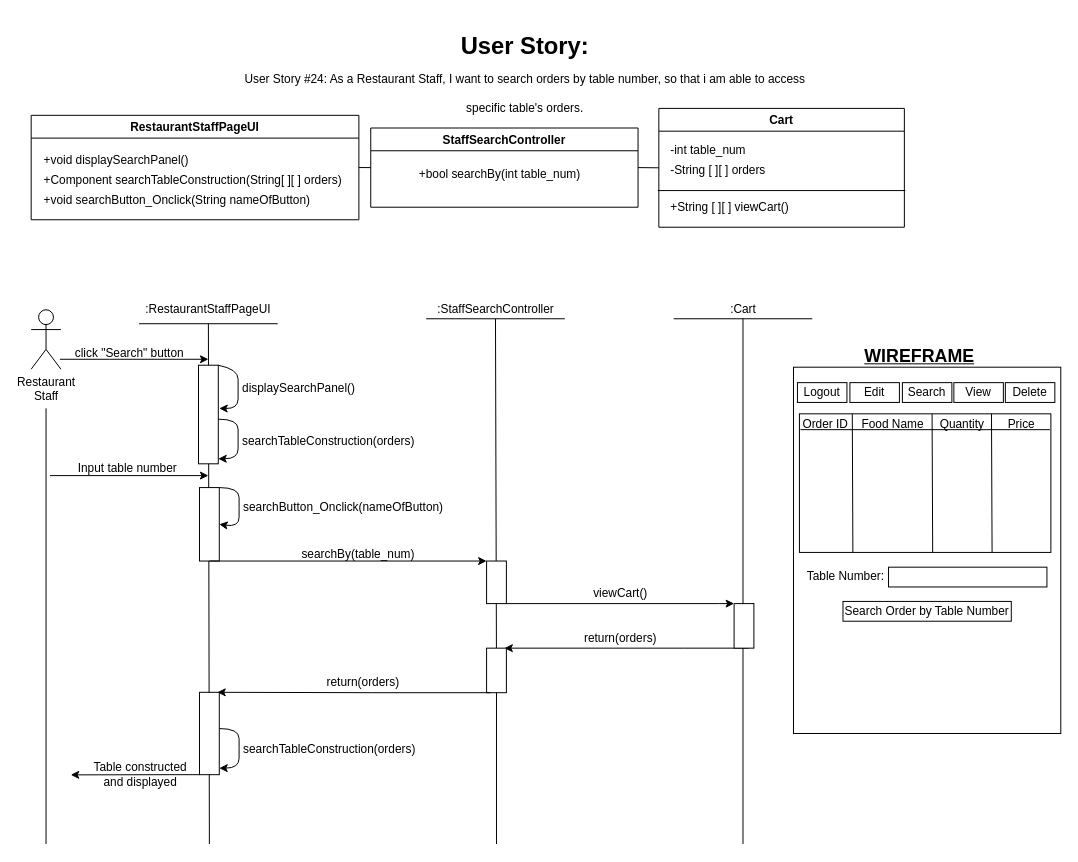
This is BCE_UML_and_Diagrams/RestaurantStaff/RestaurantStaff_Search/UserStory#24_RestaurantStaff_Search.drawio from extred5700/JAVAGUI-Restaurant-Table-Order-System, a draw.io file, before an edit. Source tidied: cells renumbered, new cells numbered last; positions are measured from the earlier drawing's top-left corner, leaving out a move shared by most shapes. Both pictures are drawn from the tidied source at 99%, with x=0, y=0 at pixel (31, 27).
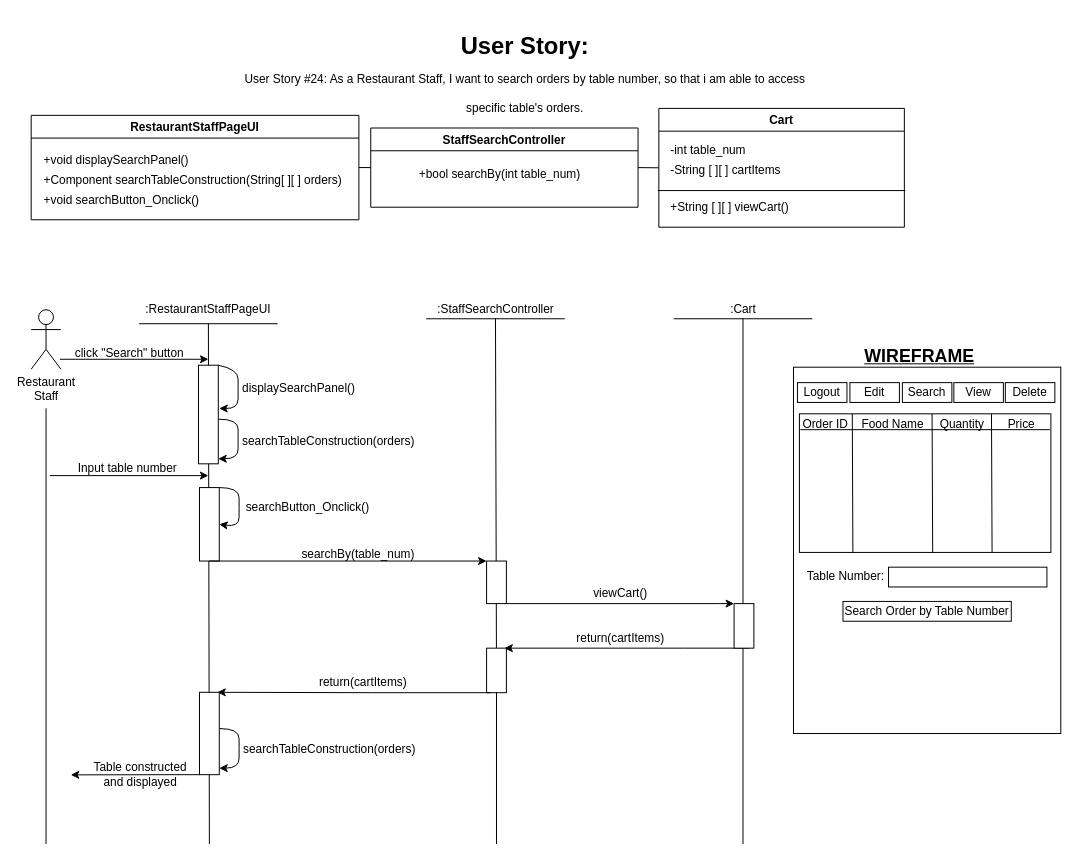
The same page after the edit.

Commit message (it also covers changes not shown here):
Updated Restaurant Staff Diagrams and Code

Unchanged cells that the change refers to:
```xml
<mxCell id="5" value="RestaurantStaffPageUI" style="swimlane;" parent="1" vertex="1">
  <mxGeometry y="89" width="331" height="105.5" as="geometry" />
</mxCell>
<mxCell id="11" value="Cart" style="swimlane;" parent="1" vertex="1">
  <mxGeometry x="634" y="82" width="248" height="120" as="geometry" />
</mxCell>
```

What changed in the source:
```diff
@@
-    <mxCell id="8" value="+void searchButton_Onclick(String nameOfButton)" style="text;html=1;align=left;verticalAlign=middle;strokeColor=none;fillColor=none;" parent="5" vertex="1">
-      <mxGeometry x="11" y="75.5" width="280" height="20" as="geometry" />
+    <mxCell id="8" value="+void searchButton_Onclick()" style="text;html=1;align=left;verticalAlign=middle;strokeColor=none;fillColor=none;" parent="5" vertex="1">
+      <mxGeometry x="11" y="75.5" width="170" height="20" as="geometry" />
     </mxCell>
@@
-    <mxCell id="15" value="-String [ ][ ] orders" style="text;html=1;align=left;verticalAlign=middle;strokeColor=none;fillColor=none;" parent="11" vertex="1">
-      <mxGeometry x="10" y="53" width="110" height="20" as="geometry" />
+    <mxCell id="15" value="-String [ ][ ] cartItems" style="text;html=1;align=left;verticalAlign=middle;strokeColor=none;fillColor=none;" parent="11" vertex="1">
+      <mxGeometry x="10" y="53" width="130" height="20" as="geometry" />
     </mxCell>
@@
-    <mxCell id="27" value="&lt;span style=&quot;text-align: left&quot;&gt;searchButton_Onclick(nameOfButton)&lt;/span&gt;" style="text;html=1;align=center;verticalAlign=middle;strokeColor=none;fillColor=none;" parent="1" vertex="1">
-      <mxGeometry x="205" y="475" width="220" height="20" as="geometry" />
+    <mxCell id="27" value="&lt;span style=&quot;text-align: left&quot;&gt;searchButton_Onclick()&lt;/span&gt;" style="text;html=1;align=center;verticalAlign=middle;strokeColor=none;fillColor=none;" parent="1" vertex="1">
+      <mxGeometry x="209" y="475" width="140" height="20" as="geometry" />
     </mxCell>
@@
-    <mxCell id="62" value="return(orders)" style="text;html=1;align=center;verticalAlign=middle;strokeColor=none;fillColor=none;fontSize=12;" parent="1" vertex="1">
-      <mxGeometry x="550" y="607.2" width="90" height="20" as="geometry" />
+    <mxCell id="62" value="return(cartItems)" style="text;html=1;align=center;verticalAlign=middle;strokeColor=none;fillColor=none;fontSize=12;" parent="1" vertex="1">
+      <mxGeometry x="545" y="607.2" width="100" height="20" as="geometry" />
     </mxCell>
@@
-    <mxCell id="66" value="return(orders)" style="text;html=1;align=center;verticalAlign=middle;strokeColor=none;fillColor=none;fontSize=12;" parent="1" vertex="1">
-      <mxGeometry x="290" y="652.2" width="90" height="20" as="geometry" />
+    <mxCell id="66" value="return(cartItems)" style="text;html=1;align=center;verticalAlign=middle;strokeColor=none;fillColor=none;fontSize=12;" parent="1" vertex="1">
+      <mxGeometry x="285" y="652.2" width="100" height="20" as="geometry" />
     </mxCell>
```
